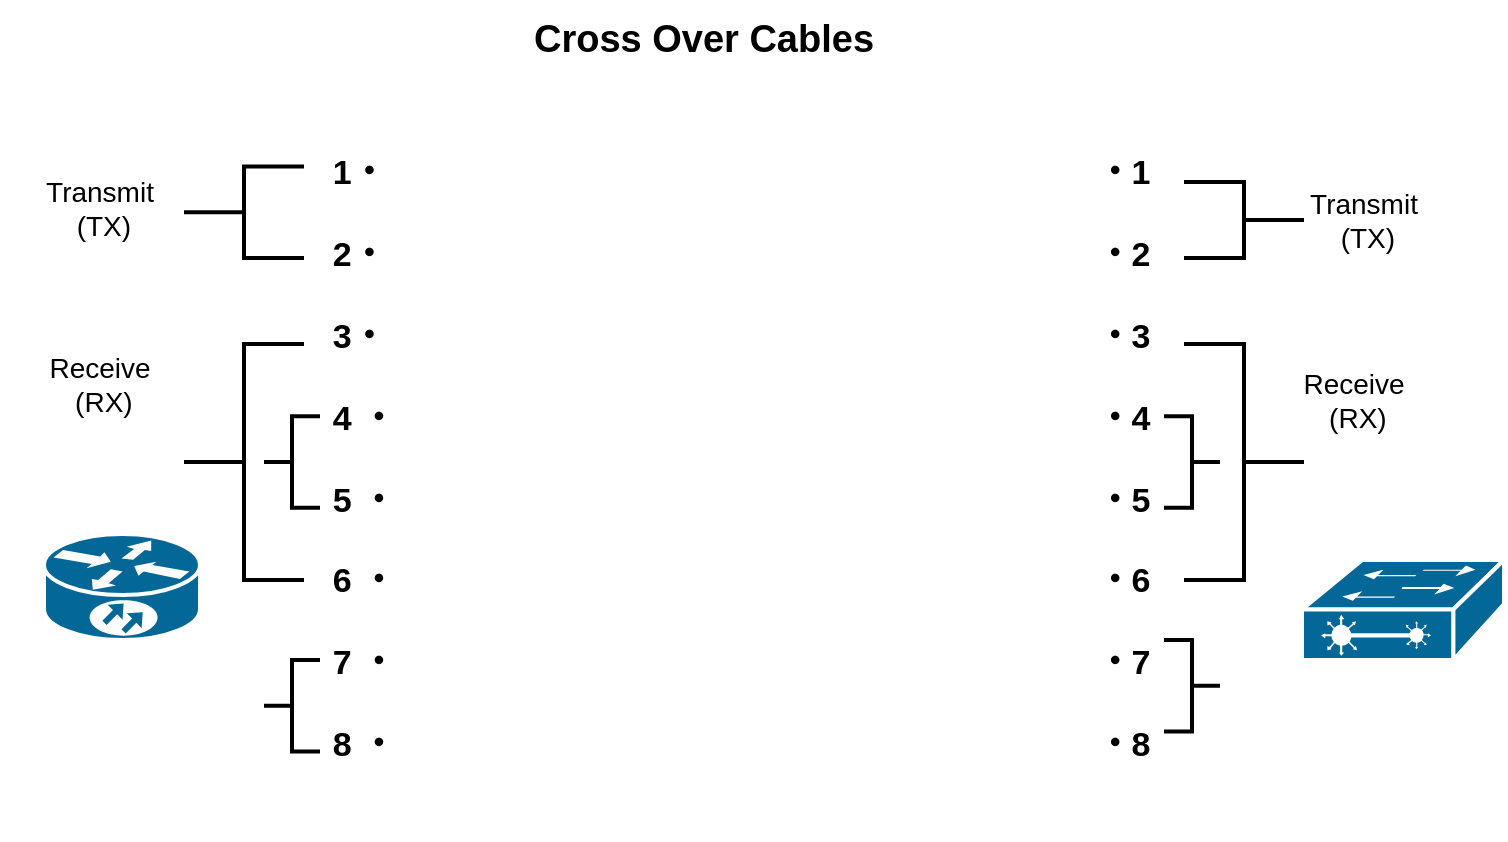
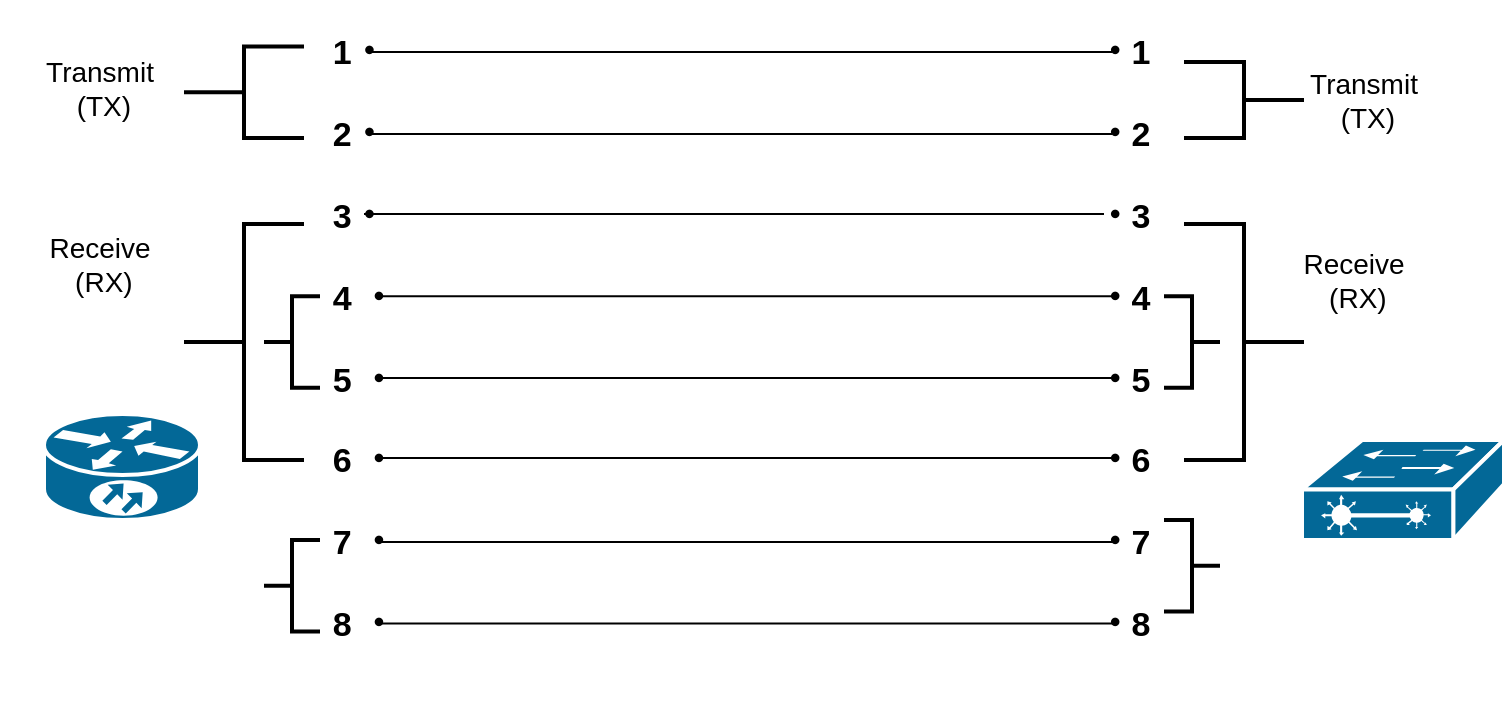
<mxfile host="app.diagrams.net">
  <diagram name="Page-1" id="i0ITgJ9p3X1GBUkITVi4">
    <mxGraphModel dx="1030" dy="553" grid="1" gridSize="10" guides="1" tooltips="1" connect="1" arrows="1" fold="1" page="1" pageScale="1" pageWidth="850" pageHeight="1100" math="0" shadow="0">
      <root>
        <mxCell id="0" />
        <mxCell id="1" parent="0" />
        <mxCell id="z0fqkPYA5qzKYMgXjRuS-20" parent="1" style="strokeColor=#ffffff;sketch=0;html=1;pointerEvents=1;dashed=0;fillColor=#036897;strokeWidth=2;verticalLabelPosition=bottom;verticalAlign=top;align=center;outlineConnect=0;shape=mxgraph.cisco.routers.10700;" value="" vertex="1">
          <mxGeometry height="53" width="78" x="30" y="337" as="geometry" />
        </mxCell>
        <mxCell id="z0fqkPYA5qzKYMgXjRuS-23" parent="1" style="text;html=1;whiteSpace=wrap;strokeColor=none;fillColor=none;align=center;verticalAlign=middle;rounded=0;fontStyle=1;fontSize=17;" value="&lt;div align=&quot;left&quot;&gt;1・&lt;/div&gt;&lt;div align=&quot;left&quot;&gt;&lt;br&gt;2・&lt;/div&gt;&lt;div align=&quot;left&quot;&gt;&lt;br&gt;3・&lt;/div&gt;&lt;div align=&quot;left&quot;&gt;&lt;br&gt;4 ・&lt;/div&gt;&lt;div align=&quot;left&quot;&gt;&lt;br&gt;5 ・&lt;/div&gt;&lt;div align=&quot;left&quot;&gt;&lt;br&gt;6 ・&lt;/div&gt;&lt;div align=&quot;left&quot;&gt;&lt;br&gt;7 ・&lt;/div&gt;&lt;div align=&quot;left&quot;&gt;&lt;br&gt;8 ・&lt;/div&gt;&lt;div&gt;&lt;br&gt;&lt;/div&gt;" vertex="1">
          <mxGeometry height="360" width="60" x="160" y="130" as="geometry" />
        </mxCell>
        <mxCell id="z0fqkPYA5qzKYMgXjRuS-24" parent="1" style="text;html=1;whiteSpace=wrap;strokeColor=none;fillColor=none;align=center;verticalAlign=middle;rounded=0;fontStyle=1;fontSize=17;" value="&lt;div align=&quot;left&quot;&gt;・1&lt;/div&gt;&lt;div align=&quot;left&quot;&gt;&lt;br&gt;・2&lt;/div&gt;&lt;div align=&quot;left&quot;&gt;&lt;br&gt;・3&lt;/div&gt;&lt;div align=&quot;left&quot;&gt;&lt;br&gt;・4&lt;/div&gt;&lt;div align=&quot;left&quot;&gt;&lt;br&gt;・5&lt;/div&gt;&lt;div align=&quot;left&quot;&gt;&lt;br&gt;・6&lt;/div&gt;&lt;div align=&quot;left&quot;&gt;&lt;br&gt;・7&lt;/div&gt;&lt;div align=&quot;left&quot;&gt;&lt;br&gt;・8&lt;/div&gt;&lt;div&gt;&lt;br&gt;&lt;/div&gt;" vertex="1">
          <mxGeometry height="360" width="60" x="540" y="130" as="geometry" />
        </mxCell>
        <mxCell id="z0fqkPYA5qzKYMgXjRuS-36" parent="1" style="text;html=1;whiteSpace=wrap;strokeColor=none;fillColor=none;align=center;verticalAlign=middle;rounded=0;fontSize=14;" value="&lt;div&gt;Receive&lt;/div&gt;&lt;div&gt;&amp;nbsp;(RX)&lt;/div&gt;" vertex="1">
          <mxGeometry height="39" width="150" x="610" y="250" as="geometry" />
        </mxCell>
        <mxCell id="z0fqkPYA5qzKYMgXjRuS-37" parent="1" style="text;html=1;whiteSpace=wrap;strokeColor=none;fillColor=none;align=center;verticalAlign=middle;rounded=0;fontSize=14;" value="&lt;div&gt;Transmit&lt;/div&gt;&lt;div&gt;&amp;nbsp;(TX)&lt;/div&gt;" vertex="1">
          <mxGeometry height="39" width="100" x="8" y="154.25" as="geometry" />
        </mxCell>
        <mxCell id="z0fqkPYA5qzKYMgXjRuS-38" parent="1" style="text;html=1;whiteSpace=wrap;strokeColor=none;fillColor=none;align=center;verticalAlign=middle;rounded=0;fontSize=14;" value="&lt;div&gt;Transmit&lt;/div&gt;&lt;div&gt;&amp;nbsp;(TX)&lt;/div&gt;" vertex="1">
          <mxGeometry height="39" width="100" x="640" y="160" as="geometry" />
        </mxCell>
        <mxCell id="z0fqkPYA5qzKYMgXjRuS-39" parent="1" style="text;html=1;whiteSpace=wrap;strokeColor=none;fillColor=none;align=center;verticalAlign=middle;rounded=0;fontSize=14;" value="&lt;div&gt;Receive&lt;/div&gt;&lt;div&gt;&amp;nbsp;(RX)&lt;/div&gt;" vertex="1">
          <mxGeometry height="39" width="100" x="8" y="242" as="geometry" />
-         </mxCell>
-         <mxCell id="z0fqkPYA5qzKYMgXjRuS-48" parent="1" style="text;html=1;whiteSpace=wrap;strokeColor=none;fillColor=none;align=center;verticalAlign=middle;rounded=0;" value="&lt;b&gt;&lt;font style=&quot;font-size: 19px;&quot;&gt;Cross Over Cables&lt;/font&gt;&lt;/b&gt;" vertex="1">
-           <mxGeometry height="40" width="260" x="230" y="70" as="geometry" />
        </mxCell>
        <mxCell id="z0fqkPYA5qzKYMgXjRuS-58" parent="1" style="strokeWidth=2;html=1;shape=mxgraph.flowchart.annotation_2;align=left;labelPosition=right;pointerEvents=1;" value="" vertex="1">
          <mxGeometry height="118" width="60" x="100" y="242" as="geometry" />
        </mxCell>
        <mxCell id="z0fqkPYA5qzKYMgXjRuS-59" parent="1" style="strokeWidth=2;html=1;shape=mxgraph.flowchart.annotation_2;align=left;labelPosition=right;pointerEvents=1;rotation=-180;" value="" vertex="1">
          <mxGeometry height="118" width="60" x="600" y="242" as="geometry" />
        </mxCell>
        <mxCell id="z0fqkPYA5qzKYMgXjRuS-60" parent="1" style="strokeWidth=2;html=1;shape=mxgraph.flowchart.annotation_2;align=left;labelPosition=right;pointerEvents=1;" value="" vertex="1">
          <mxGeometry height="45.75" width="60" x="100" y="153.25" as="geometry" />
        </mxCell>
        <mxCell id="z0fqkPYA5qzKYMgXjRuS-61" parent="1" style="strokeWidth=2;html=1;shape=mxgraph.flowchart.annotation_2;align=left;labelPosition=right;pointerEvents=1;rotation=-180;" value="" vertex="1">
          <mxGeometry height="38" width="60" x="600" y="161" as="geometry" />
        </mxCell>
        <mxCell id="P_2BiDoMpN762WaY7iJ6-1" parent="1" style="strokeWidth=2;html=1;shape=mxgraph.flowchart.annotation_2;align=left;labelPosition=right;pointerEvents=1;" value="" vertex="1">
          <mxGeometry height="45.75" width="28" x="140" y="278.13" as="geometry" />
        </mxCell>
        <mxCell id="P_2BiDoMpN762WaY7iJ6-2" parent="1" style="strokeWidth=2;html=1;shape=mxgraph.flowchart.annotation_2;align=left;labelPosition=right;pointerEvents=1;" value="" vertex="1">
          <mxGeometry height="45.75" width="28" x="140" y="400" as="geometry" />
        </mxCell>
        <mxCell id="P_2BiDoMpN762WaY7iJ6-3" parent="1" style="strokeWidth=2;html=1;shape=mxgraph.flowchart.annotation_2;align=left;labelPosition=right;pointerEvents=1;rotation=-180;" value="" vertex="1">
          <mxGeometry height="45.75" width="28" x="590" y="390" as="geometry" />
        </mxCell>
        <mxCell id="P_2BiDoMpN762WaY7iJ6-4" parent="1" style="strokeWidth=2;html=1;shape=mxgraph.flowchart.annotation_2;align=left;labelPosition=right;pointerEvents=1;rotation=-180;" value="" vertex="1">
          <mxGeometry height="45.75" width="28" x="590" y="278.13" as="geometry" />
        </mxCell>
        <mxCell id="P_2BiDoMpN762WaY7iJ6-6" parent="1" style="strokeColor=#ffffff;sketch=0;html=1;pointerEvents=1;dashed=0;fillColor=#036897;strokeWidth=2;verticalLabelPosition=bottom;verticalAlign=top;align=center;outlineConnect=0;shape=mxgraph.cisco.switches.layer_2_remote_switch;" value="" vertex="1">
          <mxGeometry height="50" width="101" x="659" y="350" as="geometry" />
        </mxCell>
+         <mxCell id="P_2BiDoMpN762WaY7iJ6-7" edge="1" parent="1" style="endArrow=none;html=1;rounded=0;" value="">
+           <mxGeometry height="50" relative="1" width="50" as="geometry">
+             <mxPoint x="564" y="156" as="sourcePoint" />
+             <mxPoint x="194" y="156" as="targetPoint" />
+           </mxGeometry>
+         </mxCell>
+         <mxCell id="P_2BiDoMpN762WaY7iJ6-8" edge="1" parent="1" style="endArrow=none;html=1;rounded=0;" value="">
+           <mxGeometry height="50" relative="1" width="50" as="geometry">
+             <mxPoint x="564" y="197" as="sourcePoint" />
+             <mxPoint x="194" y="197" as="targetPoint" />
+           </mxGeometry>
+         </mxCell>
+         <mxCell id="P_2BiDoMpN762WaY7iJ6-9" edge="1" parent="1" style="endArrow=none;html=1;rounded=0;" value="">
+           <mxGeometry height="50" relative="1" width="50" as="geometry">
+             <mxPoint x="560" y="237" as="sourcePoint" />
+             <mxPoint x="190" y="237" as="targetPoint" />
+           </mxGeometry>
+         </mxCell>
+         <mxCell id="P_2BiDoMpN762WaY7iJ6-10" edge="1" parent="1" style="endArrow=none;html=1;rounded=0;" value="">
+           <mxGeometry height="50" relative="1" width="50" as="geometry">
+             <mxPoint x="566" y="278.13" as="sourcePoint" />
+             <mxPoint x="196" y="278.13" as="targetPoint" />
+           </mxGeometry>
+         </mxCell>
+         <mxCell id="P_2BiDoMpN762WaY7iJ6-11" edge="1" parent="1" style="endArrow=none;html=1;rounded=0;" value="">
+           <mxGeometry height="50" relative="1" width="50" as="geometry">
+             <mxPoint x="567" y="319" as="sourcePoint" />
+             <mxPoint x="197" y="319" as="targetPoint" />
+           </mxGeometry>
+         </mxCell>
+         <mxCell id="P_2BiDoMpN762WaY7iJ6-12" edge="1" parent="1" style="endArrow=none;html=1;rounded=0;" value="">
+           <mxGeometry height="50" relative="1" width="50" as="geometry">
+             <mxPoint x="567" y="359" as="sourcePoint" />
+             <mxPoint x="197" y="359" as="targetPoint" />
+           </mxGeometry>
+         </mxCell>
+         <mxCell id="P_2BiDoMpN762WaY7iJ6-13" edge="1" parent="1" style="endArrow=none;html=1;rounded=0;" value="">
+           <mxGeometry height="50" relative="1" width="50" as="geometry">
+             <mxPoint x="566" y="401" as="sourcePoint" />
+             <mxPoint x="196" y="401" as="targetPoint" />
+           </mxGeometry>
+         </mxCell>
+         <mxCell id="P_2BiDoMpN762WaY7iJ6-14" edge="1" parent="1" style="endArrow=none;html=1;rounded=0;" value="">
+           <mxGeometry height="50" relative="1" width="50" as="geometry">
+             <mxPoint x="567" y="441.75" as="sourcePoint" />
+             <mxPoint x="197" y="441.75" as="targetPoint" />
+           </mxGeometry>
+         </mxCell>
      </root>
    </mxGraphModel>
  </diagram>
</mxfile>
